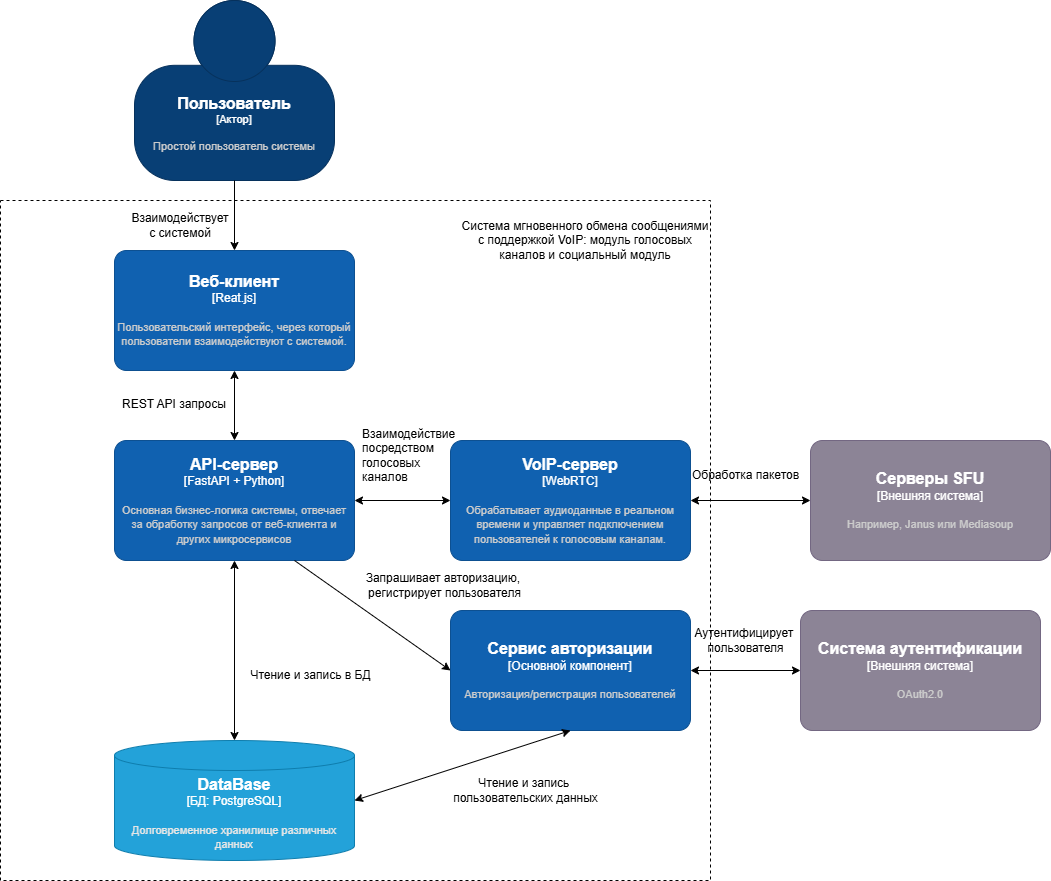
The draw.io diagram Lab Work №2/docs/Диаграмма контейнеров.png in Clonn123/Software-Systems-Architecture-Design, before a commit. Source tidied: cells renumbered, new cells last; positions are measured from the earlier drawing's top-left corner, leaving out a move shared by most shapes.
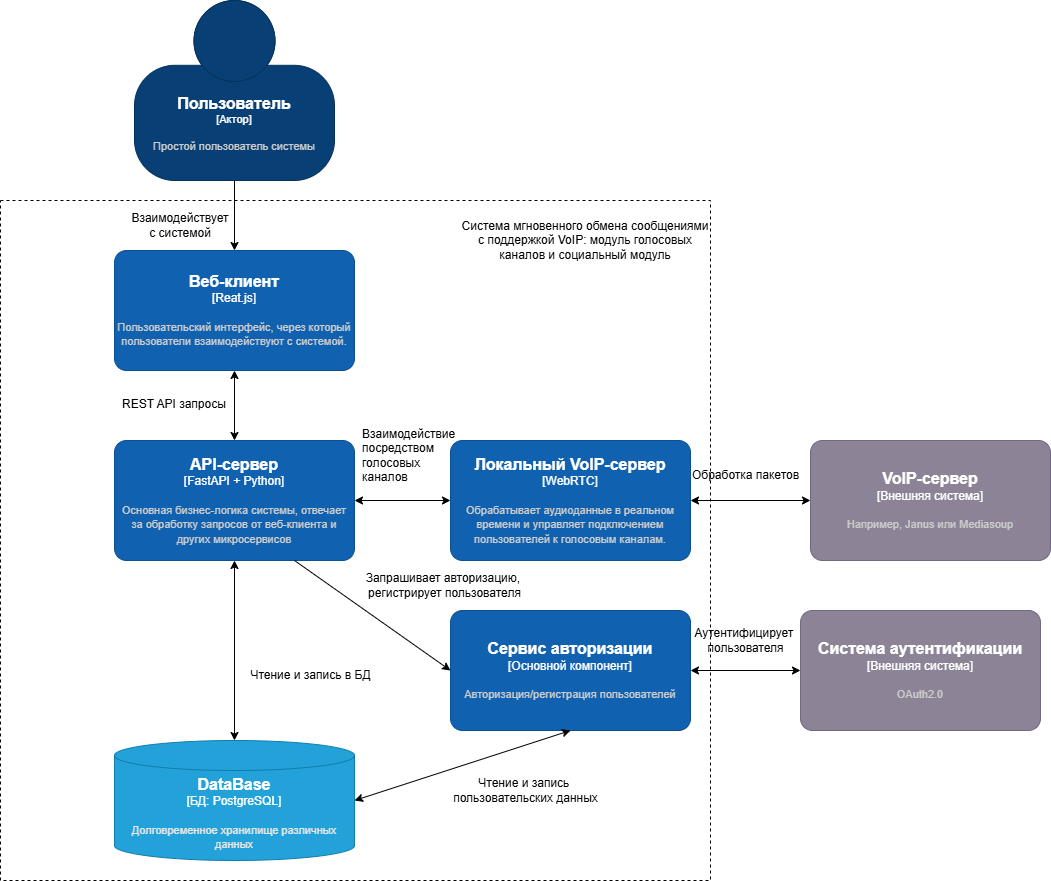
After the change.

The edit, as a diff of the source:
```diff
@@ -29,7 +29,7 @@
     <mxCell id="8" style="edgeStyle=orthogonalEdgeStyle;rounded=0;jettySize=auto;html=1;entryX=0.5;entryY=0;entryDx=0;entryDy=0;entryPerimeter=0;startArrow=classic;startFill=1;" parent="1" edge="1" source="5" target="7">
       <mxGeometry relative="1" as="geometry" />
     </mxCell>
-    <object id="9" label="&lt;font style=&quot;font-size: 16px&quot;&gt;&lt;b&gt;%c4Name%&lt;/b&gt;&lt;/font&gt;&lt;div&gt;[%c4Type%]&lt;/div&gt;&lt;br&gt;&lt;div&gt;&lt;font style=&quot;font-size: 11px&quot;&gt;&lt;font color=&quot;#cccccc&quot;&gt;%c4Description%&lt;/font&gt;&lt;/div&gt;" c4Description="Обрабатывает аудиоданные в реальном времени и управляет подключением пользователей к голосовым каналам.&#10;" c4Name="VoIP-сервер" c4Type="WebRTC" placeholders="1">
+    <object id="9" label="&lt;font style=&quot;font-size: 16px&quot;&gt;&lt;b&gt;%c4Name%&lt;/b&gt;&lt;/font&gt;&lt;div&gt;[%c4Type%]&lt;/div&gt;&lt;br&gt;&lt;div&gt;&lt;font style=&quot;font-size: 11px&quot;&gt;&lt;font color=&quot;#cccccc&quot;&gt;%c4Description%&lt;/font&gt;&lt;/div&gt;" c4Description="Обрабатывает аудиоданные в реальном времени и управляет подключением пользователей к голосовым каналам.&#10;" c4Name="Локальный VoIP-сервер" c4Type="WebRTC" placeholders="1">
       <mxCell style="rounded=1;whiteSpace=wrap;html=1;labelBackgroundColor=none;fillColor=#1061B0;fontColor=#ffffff;align=center;arcSize=10;strokeColor=#0D5091;points=[[0.25,0,0],[0.5,0,0],[0.75,0,0],[1,0.25,0],[1,0.5,0],[1,0.75,0],[0.75,1,0],[0.5,1,0],[0.25,1,0],[0,0.75,0],[0,0.5,0],[0,0.25,0]];" parent="1" vertex="1">
         <mxGeometry x="450" y="440" width="240" height="120" as="geometry" />
       </mxCell>
@@ -37,7 +37,7 @@
     <mxCell id="10" style="edgeStyle=orthogonalEdgeStyle;rounded=0;jettySize=auto;html=1;entryX=0;entryY=0.5;entryDx=0;entryDy=0;entryPerimeter=0;startArrow=classic;startFill=1;" parent="1" edge="1" source="7" target="9">
       <mxGeometry relative="1" as="geometry" />
     </mxCell>
-    <object id="11" label="&lt;font style=&quot;font-size: 16px&quot;&gt;&lt;b&gt;%c4Name%&lt;/b&gt;&lt;/font&gt;&lt;div&gt;[%c4Type%]&lt;/div&gt;&lt;br&gt;&lt;div&gt;&lt;font style=&quot;font-size: 11px&quot;&gt;&lt;font color=&quot;#cccccc&quot;&gt;%c4Description%&lt;/font&gt;&lt;/div&gt;" c4Description="Например, Janus или Mediasoup" c4Name="Cерверы SFU" c4Type="Внешняя система" placeholders="1">
+    <object id="11" label="&lt;font style=&quot;font-size: 16px&quot;&gt;&lt;b&gt;%c4Name%&lt;/b&gt;&lt;/font&gt;&lt;div&gt;[%c4Type%]&lt;/div&gt;&lt;br&gt;&lt;div&gt;&lt;font style=&quot;font-size: 11px&quot;&gt;&lt;font color=&quot;#cccccc&quot;&gt;%c4Description%&lt;/font&gt;&lt;/div&gt;" c4Description="Например, Janus или Mediasoup" c4Name="VoIP-сервер" c4Type="Внешняя система" placeholders="1">
       <mxCell style="rounded=1;whiteSpace=wrap;html=1;labelBackgroundColor=none;fillColor=#8C8496;fontColor=#ffffff;align=center;arcSize=10;strokeColor=#736782;points=[[0.25,0,0],[0.5,0,0],[0.75,0,0],[1,0.25,0],[1,0.5,0],[1,0.75,0],[0.75,1,0],[0.5,1,0],[0.25,1,0],[0,0.75,0],[0,0.5,0],[0,0.25,0]];" parent="1" vertex="1">
         <mxGeometry x="810" y="440" width="240" height="120" as="geometry" />
       </mxCell>
```
